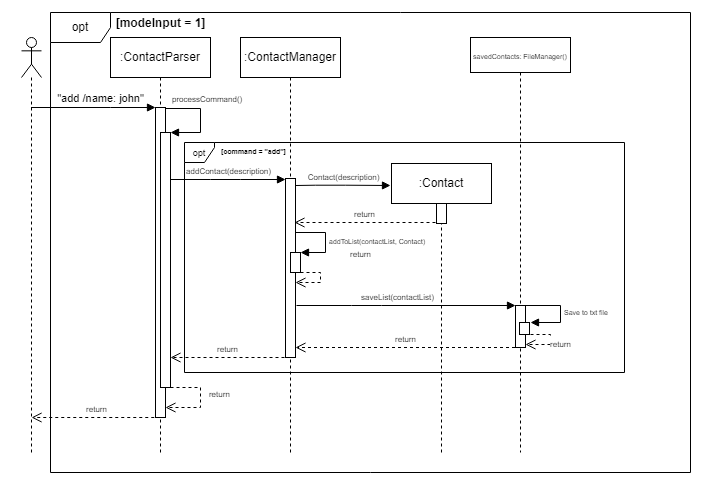
Above: docs/Images(DG)/AddContact.drawio.png in parasytezz/tp (draw.io), before the change. Source tidied: cells renumbered, new cells last; positions are measured from the earlier drawing's top-left corner, leaving out a move shared by most shapes.
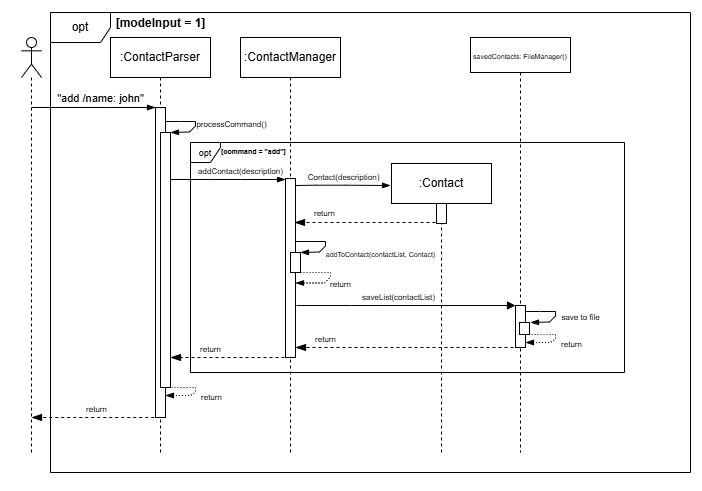
The same diagram one commit later.

Change to the diagram source:
```diff
@@ -1,7 +1,10 @@
-<mxGraphModel background="#FFFFFF">
+<mxGraphModel background="#ffffff">
   <root>
     <mxCell id="0" />
     <mxCell id="1" parent="0" />
+    <mxCell id="32" style="rounded=0;whiteSpace=wrap;html=1;opacity=0;" parent="1" vertex="1">
+      <mxGeometry width="700" height="489" as="geometry" />
+    </mxCell>
     <mxCell id="2" value=":ContactParser" style="shape=umlLifeline;perimeter=lifelinePerimeter;whiteSpace=wrap;html=1;newEdgeStyle={&quot;curved&quot;:0,&quot;rounded&quot;:0};" parent="1" vertex="1">
       <mxGeometry x="110" y="37" width="100" height="415" as="geometry" />
     </mxCell>
@@ -14,7 +17,7 @@
     <mxCell id="5" style="shape=umlLifeline;perimeter=lifelinePerimeter;whiteSpace=wrap;html=1;outlineConnect=0;portConstraint=eastwest;newEdgeStyle={&quot;curved&quot;:0,&quot;rounded&quot;:0};participant=umlActor;" parent="1" vertex="1">
       <mxGeometry x="21" y="37" width="20" height="415" as="geometry" />
     </mxCell>
-    <mxCell id="6" value="&quot;add /name: john&quot;" style="html=1;verticalAlign=bottom;endArrow=block;curved=0;rounded=0;" parent="1" edge="1" source="5" target="3">
+    <mxCell id="6" value="&quot;add /name: john&quot;" style="html=1;verticalAlign=bottom;endArrow=blockThin;curved=0;rounded=0;strokeColor=default;align=center;fontFamily=Helvetica;fontSize=11;fontColor=default;labelBackgroundColor=default;endFill=1;" parent="1" edge="1" source="5" target="3">
       <mxGeometry x="0.11" relative="1" as="geometry">
         <Array as="points">
           <mxPoint x="110" y="107" />
@@ -27,23 +30,14 @@
     <mxCell id="8" value="[modeInput = 1]" style="text;align=center;fontStyle=1;verticalAlign=middle;spacingLeft=3;spacingRight=3;strokeColor=none;html=1;" parent="1" vertex="1">
       <mxGeometry x="125" y="15" width="70" height="16" as="geometry" />
     </mxCell>
-    <mxCell id="9" value="&lt;font style=&quot;font-size: 8px;&quot;&gt;processCommand()&lt;/font&gt;" style="html=1;align=left;spacingLeft=2;endArrow=block;rounded=0;edgeStyle=orthogonalEdgeStyle;curved=0;rounded=0;" parent="1" edge="1" target="4">
-      <mxGeometry x="-0.94" y="10" relative="1" as="geometry">
-        <mxPoint x="165" y="108" as="sourcePoint" />
-        <Array as="points">
-          <mxPoint x="200" y="108" />
-          <mxPoint x="200" y="132" />
-        </Array>
-      </mxGeometry>
-    </mxCell>
     <mxCell id="10" value=":ContactManager" style="shape=umlLifeline;perimeter=lifelinePerimeter;whiteSpace=wrap;html=1;newEdgeStyle={&quot;curved&quot;:0,&quot;rounded&quot;:0};" parent="1" vertex="1">
       <mxGeometry x="240" y="37" width="100" height="415" as="geometry" />
     </mxCell>
     <mxCell id="11" style="html=1;points=[[0,0,0,0,5],[0,1,0,0,-5],[1,0,0,0,5],[1,1,0,0,-5]];perimeter=orthogonalPerimeter;outlineConnect=0;targetShapes=umlLifeline;portConstraint=eastwest;newEdgeStyle={&quot;curved&quot;:0,&quot;rounded&quot;:0};" parent="10" vertex="1">
       <mxGeometry x="45" y="141" width="10" height="179" as="geometry" />
     </mxCell>
-    <mxCell id="12" value="&lt;font style=&quot;font-size: 8px;&quot;&gt;addContact(description)&lt;/font&gt;" style="html=1;verticalAlign=bottom;endArrow=block;curved=0;rounded=0;" parent="1" edge="1" source="4" target="11">
-      <mxGeometry relative="1" as="geometry">
+    <mxCell id="12" value="&lt;font style=&quot;font-size: 8px;&quot;&gt;addContact(description)&lt;/font&gt;" style="html=1;verticalAlign=bottom;endArrow=blockThin;curved=0;rounded=0;strokeColor=default;align=center;fontFamily=Helvetica;fontSize=11;fontColor=default;labelBackgroundColor=default;endFill=1;" parent="1" edge="1" source="4" target="11">
+      <mxGeometry x="0.22" relative="1" as="geometry">
         <Array as="points">
           <mxPoint x="210" y="179" />
           <mxPoint x="240" y="179" />
@@ -51,12 +45,12 @@
       </mxGeometry>
     </mxCell>
     <mxCell id="13" value="&lt;font style=&quot;font-size: 9px;&quot;&gt;opt&lt;/font&gt;" style="shape=umlFrame;whiteSpace=wrap;html=1;width=30;height=20;" parent="1" vertex="1">
-      <mxGeometry x="184" y="142" width="440" height="230" as="geometry" />
+      <mxGeometry x="190" y="142" width="434" height="230" as="geometry" />
     </mxCell>
     <mxCell id="14" value="&lt;font style=&quot;font-size: 7px;&quot;&gt;[command = &quot;add&quot;]&lt;/font&gt;" style="text;align=center;fontStyle=1;verticalAlign=middle;spacingLeft=3;spacingRight=3;strokeColor=none;html=1;" parent="1" vertex="1">
       <mxGeometry x="218" y="142" width="70" height="16" as="geometry" />
     </mxCell>
-    <mxCell id="15" value="&lt;font style=&quot;font-size: 8px;&quot;&gt;Contact(description)&lt;/font&gt;" style="html=1;verticalAlign=bottom;endArrow=block;curved=0;rounded=0;" parent="1" edge="1">
+    <mxCell id="15" value="&lt;font style=&quot;font-size: 8px;&quot;&gt;Contact(description)&lt;/font&gt;" style="html=1;verticalAlign=bottom;endArrow=blockThin;curved=0;rounded=0;strokeColor=default;align=center;fontFamily=Helvetica;fontSize=11;fontColor=default;labelBackgroundColor=default;endFill=1;" parent="1" edge="1">
       <mxGeometry relative="1" as="geometry">
         <mxPoint x="295" y="185" as="sourcePoint" />
         <mxPoint x="390" y="185" as="targetPoint" />
@@ -72,34 +66,15 @@
     <mxCell id="17" style="html=1;perimeter=orthogonalPerimeter;targetShapes=umlLifeline;newEdgeStyle={&quot;curved&quot;:0,&quot;rounded&quot;:0};" parent="16" vertex="1">
       <mxGeometry x="45" y="40" width="10" height="20" as="geometry" />
     </mxCell>
-    <mxCell id="18" value="&lt;font style=&quot;font-size: 8px;&quot;&gt;return&lt;/font&gt;" style="html=1;verticalAlign=bottom;endArrow=open;dashed=1;endSize=8;curved=0;rounded=0;" parent="1" edge="1">
-      <mxGeometry relative="1" as="geometry">
-        <mxPoint x="435" y="222" as="sourcePoint" />
-        <mxPoint x="294" y="222" as="targetPoint" />
-      </mxGeometry>
-    </mxCell>
+    <mxCell id="33" value="&lt;font style=&quot;font-size: 8px;&quot;&gt;return&lt;/font&gt;" style="html=1;verticalAlign=middle;endArrow=blockThin;dashed=1;endSize=8;curved=0;rounded=0;strokeColor=default;align=left;spacingLeft=2;fontFamily=Helvetica;fontSize=11;fontColor=default;labelBackgroundColor=default;endFill=1;" parent="1" edge="1">
+      <mxGeometry x="0.77" y="-10" relative="1" as="geometry">
+        <mxPoint x="435" y="222" as="sourcePoint" />
+        <mxPoint x="294" y="222" as="targetPoint" />
+      </mxGeometry>
+    </mxCell>
     <mxCell id="19" style="html=1;points=[[0,0,0,0,5],[0,1,0,0,-5],[1,0,0,0,5],[1,1,0,0,-5]];perimeter=orthogonalPerimeter;outlineConnect=0;targetShapes=umlLifeline;portConstraint=eastwest;newEdgeStyle={&quot;curved&quot;:0,&quot;rounded&quot;:0};" parent="1" vertex="1">
       <mxGeometry x="290" y="252" width="10" height="20" as="geometry" />
     </mxCell>
-    <mxCell id="20" value="&lt;font style=&quot;font-size: 7px;&quot;&gt;addToList(contactList, Contact)&lt;/font&gt;" style="html=1;align=left;spacingLeft=2;endArrow=block;rounded=0;edgeStyle=orthogonalEdgeStyle;curved=0;rounded=0;" parent="1" edge="1" target="19">
-      <mxGeometry relative="1" as="geometry">
-        <mxPoint x="295" y="232" as="sourcePoint" />
-        <Array as="points">
-          <mxPoint x="325" y="232" />
-          <mxPoint x="325" y="252" />
-        </Array>
-      </mxGeometry>
-    </mxCell>
-    <mxCell id="21" value="&lt;font style=&quot;font-size: 8px;&quot;&gt;return&lt;/font&gt;" style="html=1;verticalAlign=bottom;endArrow=open;dashed=1;endSize=8;curved=0;rounded=0;" parent="1" edge="1" source="19" target="11">
-      <mxGeometry x="0.09" y="-20" relative="1" as="geometry">
-        <Array as="points">
-          <mxPoint x="320" y="272" />
-          <mxPoint x="320" y="282" />
-          <mxPoint x="310" y="282" />
-        </Array>
-        <mxPoint x="40" as="offset" />
-      </mxGeometry>
-    </mxCell>
     <mxCell id="22" value="&lt;font style=&quot;font-size: 7px;&quot;&gt;savedContacts: FileManager()&lt;/font&gt;" style="shape=umlLifeline;perimeter=lifelinePerimeter;whiteSpace=wrap;html=1;newEdgeStyle={&quot;curved&quot;:0,&quot;rounded&quot;:0};size=35;" parent="1" vertex="1">
       <mxGeometry x="470" y="37" width="100" height="415" as="geometry" />
     </mxCell>
@@ -118,58 +93,98 @@
         </Array>
       </mxGeometry>
     </mxCell>
-    <mxCell id="26" value="&lt;span style=&quot;font-size: 7px;&quot;&gt;Save to txt file&lt;/span&gt;" style="html=1;align=left;spacingLeft=2;endArrow=block;rounded=0;edgeStyle=orthogonalEdgeStyle;curved=0;rounded=0;" parent="1" edge="1">
-      <mxGeometry relative="1" as="geometry">
-        <mxPoint x="525" y="305" as="sourcePoint" />
-        <mxPoint x="530" y="322" as="targetPoint" />
-        <Array as="points">
-          <mxPoint x="560" y="305" />
-          <mxPoint x="560" y="322" />
-          <mxPoint x="530" y="322" />
-        </Array>
-      </mxGeometry>
-    </mxCell>
-    <mxCell id="27" value="&lt;font style=&quot;font-size: 8px;&quot;&gt;return&lt;/font&gt;" style="html=1;verticalAlign=bottom;endArrow=open;dashed=1;endSize=8;curved=0;rounded=0;" parent="1" edge="1">
-      <mxGeometry x="0.09" y="13" relative="1" as="geometry">
-        <mxPoint x="530" y="334" as="sourcePoint" />
-        <mxPoint x="525" y="344" as="targetPoint" />
-        <Array as="points">
-          <mxPoint x="550" y="334" />
-          <mxPoint x="550" y="344" />
-          <mxPoint x="540" y="344" />
-        </Array>
-        <mxPoint x="10" y="-5" as="offset" />
-      </mxGeometry>
-    </mxCell>
-    <mxCell id="28" value="&lt;font style=&quot;font-size: 8px;&quot;&gt;return&lt;/font&gt;" style="html=1;verticalAlign=bottom;endArrow=open;dashed=1;endSize=8;curved=0;rounded=0;" parent="1" edge="1" target="11">
-      <mxGeometry relative="1" as="geometry">
-        <mxPoint x="514.5" y="347" as="sourcePoint" />
-      </mxGeometry>
-    </mxCell>
-    <mxCell id="29" value="&lt;font style=&quot;font-size: 8px;&quot;&gt;return&lt;/font&gt;" style="html=1;verticalAlign=bottom;endArrow=open;dashed=1;endSize=8;curved=0;rounded=0;" parent="1" edge="1">
-      <mxGeometry relative="1" as="geometry">
-        <mxPoint x="284" y="357" as="sourcePoint" />
-        <mxPoint x="170" y="357" as="targetPoint" />
-      </mxGeometry>
-    </mxCell>
-    <mxCell id="30" value="&lt;font style=&quot;font-size: 8px;&quot;&gt;return&amp;nbsp;&lt;/font&gt;" style="html=1;verticalAlign=bottom;endArrow=open;dashed=1;endSize=8;curved=0;rounded=0;" parent="1" edge="1">
-      <mxGeometry x="0.06" y="20" relative="1" as="geometry">
-        <mxPoint x="170" y="387" as="sourcePoint" />
-        <mxPoint x="165" y="407" as="targetPoint" />
-        <Array as="points">
-          <mxPoint x="200" y="387" />
-          <mxPoint x="200" y="407" />
-        </Array>
-      </mxGeometry>
-    </mxCell>
-    <mxCell id="31" value="&lt;font style=&quot;font-size: 8px;&quot;&gt;return&lt;/font&gt;" style="html=1;verticalAlign=bottom;endArrow=open;dashed=1;endSize=8;curved=0;rounded=0;" parent="1" edge="1">
-      <mxGeometry relative="1" as="geometry">
-        <mxPoint x="159.8" y="417" as="sourcePoint" />
-        <mxPoint x="31.1" y="417" as="targetPoint" />
-      </mxGeometry>
-    </mxCell>
-    <mxCell id="32" style="rounded=0;whiteSpace=wrap;html=1;opacity=0;" parent="1" vertex="1">
-      <mxGeometry width="700" height="489" as="geometry" />
-    </mxCell>
+    <mxCell id="34" value="&lt;font style=&quot;font-size: 8px;&quot;&gt;return&lt;/font&gt;" style="html=1;verticalAlign=bottom;endArrow=blockThin;dashed=1;endSize=8;curved=0;rounded=0;strokeColor=default;align=center;fontFamily=Helvetica;fontSize=11;fontColor=default;labelBackgroundColor=default;endFill=1;" parent="1" edge="1">
+      <mxGeometry x="0.3" relative="1" as="geometry">
+        <mxPoint x="284" y="357" as="sourcePoint" />
+        <mxPoint x="170" y="357" as="targetPoint" />
+      </mxGeometry>
+    </mxCell>
+    <mxCell id="35" value="&lt;font style=&quot;font-size: 8px;&quot;&gt;return&lt;/font&gt;" style="html=1;verticalAlign=bottom;endArrow=blockThin;dashed=1;endSize=8;curved=0;rounded=0;strokeColor=default;align=center;fontFamily=Helvetica;fontSize=11;fontColor=default;labelBackgroundColor=default;endFill=1;" parent="1" edge="1">
+      <mxGeometry relative="1" as="geometry">
+        <mxPoint x="159.8" y="417" as="sourcePoint" />
+        <mxPoint x="31.1" y="417" as="targetPoint" />
+      </mxGeometry>
+    </mxCell>
+    <mxCell id="9" value="&lt;font style=&quot;font-size: 8px;&quot;&gt;processCommand()&lt;/font&gt;" style="html=1;verticalAlign=bottom;endArrow=blockThin;curved=0;rounded=0;exitX=1;exitY=0;exitDx=0;exitDy=5;exitPerimeter=0;endFill=1;" parent="1" edge="1">
+      <mxGeometry x="0.11" y="36" relative="1" as="geometry">
+        <mxPoint x="165" y="121" as="sourcePoint" />
+        <mxPoint x="170" y="132" as="targetPoint" />
+        <Array as="points">
+          <mxPoint x="180" y="121" />
+          <mxPoint x="195" y="121" />
+          <mxPoint x="195" y="125.5" />
+          <mxPoint x="189" y="131.5" />
+        </Array>
+        <mxPoint x="10" y="-19" as="offset" />
+      </mxGeometry>
+    </mxCell>
+    <mxCell id="36" value="&lt;font style=&quot;font-size: 8px;&quot;&gt;return&lt;/font&gt;" style="html=1;verticalAlign=bottom;endArrow=blockThin;curved=0;rounded=0;exitX=1;exitY=0;exitDx=0;exitDy=5;exitPerimeter=0;endFill=1;dashed=1;dashPattern=1 2;strokeColor=default;align=center;fontFamily=Helvetica;fontSize=11;fontColor=default;labelBackgroundColor=default;" parent="1" edge="1" target="11">
+      <mxGeometry x="0.07" y="18" relative="1" as="geometry">
+        <mxPoint x="300" y="272" as="sourcePoint" />
+        <Array as="points">
+          <mxPoint x="315" y="272" />
+          <mxPoint x="330" y="272" />
+          <mxPoint x="330" y="276.5" />
+          <mxPoint x="324" y="282.5" />
+        </Array>
+      </mxGeometry>
+    </mxCell>
+    <mxCell id="37" value="&lt;font style=&quot;font-size: 7px;&quot;&gt;addToContact(contactList, Contact)&lt;/font&gt;" style="html=1;verticalAlign=bottom;endArrow=blockThin;curved=0;rounded=0;exitX=1;exitY=0;exitDx=0;exitDy=5;exitPerimeter=0;endFill=1;" parent="1" edge="1">
+      <mxGeometry x="0.11" y="57" relative="1" as="geometry">
+        <mxPoint x="295" y="241" as="sourcePoint" />
+        <mxPoint x="300" y="252" as="targetPoint" />
+        <Array as="points">
+          <mxPoint x="310" y="241" />
+          <mxPoint x="325" y="241" />
+          <mxPoint x="325" y="245.5" />
+          <mxPoint x="319" y="251.5" />
+        </Array>
+        <mxPoint x="15" y="-24" as="offset" />
+      </mxGeometry>
+    </mxCell>
+    <mxCell id="38" value="&lt;font style=&quot;font-size: 8px;&quot;&gt;save to file&lt;/font&gt;" style="html=1;verticalAlign=bottom;endArrow=blockThin;curved=0;rounded=0;exitX=1;exitY=0;exitDx=0;exitDy=5;exitPerimeter=0;endFill=1;" parent="1" edge="1">
+      <mxGeometry x="0.11" y="27" relative="1" as="geometry">
+        <mxPoint x="525" y="311" as="sourcePoint" />
+        <mxPoint x="530" y="322" as="targetPoint" />
+        <Array as="points">
+          <mxPoint x="540" y="311" />
+          <mxPoint x="555" y="311" />
+          <mxPoint x="555" y="315.5" />
+          <mxPoint x="549" y="321.5" />
+        </Array>
+        <mxPoint x="6" y="-9" as="offset" />
+      </mxGeometry>
+    </mxCell>
+    <mxCell id="39" value="&lt;font style=&quot;font-size: 8px;&quot;&gt;return&lt;/font&gt;" style="html=1;verticalAlign=bottom;endArrow=blockThin;curved=0;rounded=0;exitX=1;exitY=0;exitDx=0;exitDy=5;exitPerimeter=0;endFill=1;dashed=1;dashPattern=1 2;strokeColor=default;align=center;fontFamily=Helvetica;fontSize=11;fontColor=default;labelBackgroundColor=default;" parent="1" edge="1" target="23">
+      <mxGeometry x="0.05" y="20" relative="1" as="geometry">
+        <mxPoint x="525" y="334" as="sourcePoint" />
+        <Array as="points">
+          <mxPoint x="540" y="334" />
+          <mxPoint x="555" y="334" />
+          <mxPoint x="555" y="338.5" />
+          <mxPoint x="550" y="342" />
+        </Array>
+        <mxPoint x="4" y="-3" as="offset" />
+      </mxGeometry>
+    </mxCell>
+    <mxCell id="40" value="&lt;font style=&quot;font-size: 8px;&quot;&gt;return&lt;/font&gt;" style="html=1;verticalAlign=bottom;endArrow=blockThin;dashed=1;endSize=8;curved=0;rounded=0;endFill=1;" parent="1" edge="1">
+      <mxGeometry x="0.74" relative="1" as="geometry">
+        <mxPoint x="525" y="347" as="sourcePoint" />
+        <mxPoint x="295" y="347" as="targetPoint" />
+      </mxGeometry>
+    </mxCell>
+    <mxCell id="41" value="&lt;font style=&quot;font-size: 8px;&quot;&gt;return&lt;/font&gt;" style="html=1;verticalAlign=bottom;endArrow=blockThin;curved=0;rounded=0;exitX=1;exitY=0;exitDx=0;exitDy=5;exitPerimeter=0;endFill=1;dashed=1;dashPattern=1 2;strokeColor=default;align=center;fontFamily=Helvetica;fontSize=11;fontColor=default;labelBackgroundColor=default;" parent="1" edge="1">
+      <mxGeometry x="0.05" y="20" relative="1" as="geometry">
+        <mxPoint x="165" y="387" as="sourcePoint" />
+        <mxPoint x="165" y="395" as="targetPoint" />
+        <Array as="points">
+          <mxPoint x="180" y="387" />
+          <mxPoint x="195" y="387" />
+          <mxPoint x="195" y="391.5" />
+          <mxPoint x="190" y="395" />
+        </Array>
+        <mxPoint x="4" y="-3" as="offset" />
+      </mxGeometry>
+    </mxCell>
   </root>
 </mxGraphModel>
```
